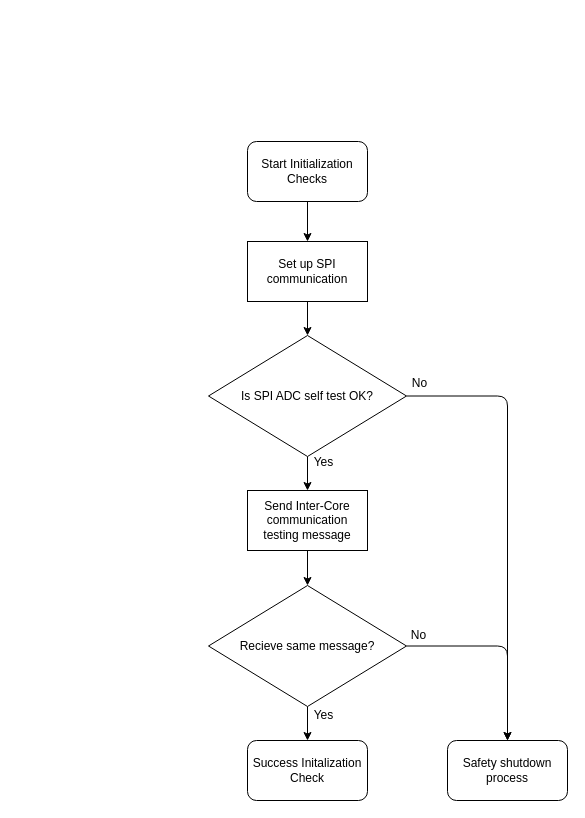
Earlier version of the draw.io diagram schematic/05-sw-flow-initialization-check.drawio (petrkucerak/diplom-thesis). Source tidied: cells renumbered, new cells numbered last; positions are measured from the earlier drawing's top-left corner, leaving out a move shared by most shapes. Both pictures are drawn from the tidied source at 100%, with x=0, y=0 at pixel (208, 141).
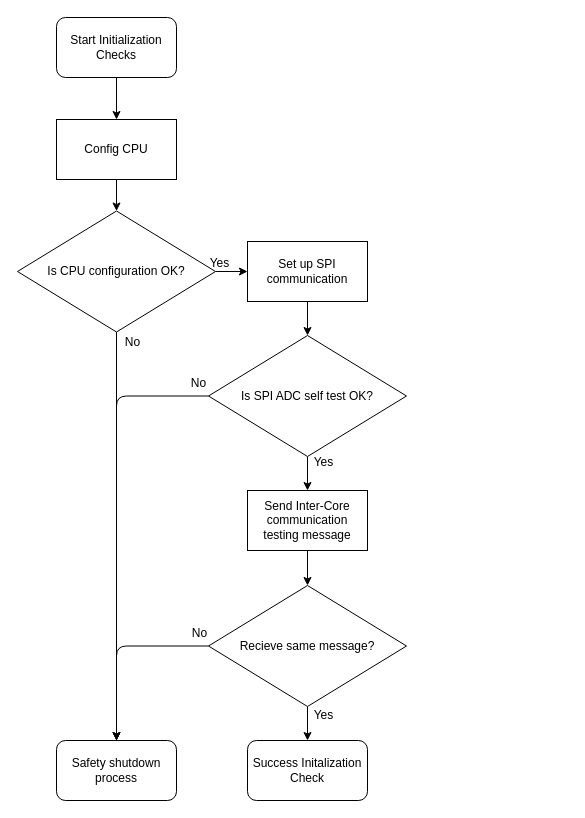
Above is the later version.

Unchanged cells that the change refers to:
```xml
<mxCell id="5" value="Set up SPI communication" style="rounded=0;whiteSpace=wrap;html=1;fontSize=12;" parent="1" vertex="1">
  <mxGeometry x="39" y="100" width="120" height="60" as="geometry" />
</mxCell>
<mxCell id="13" value="Is SPI ADC self test OK?" style="rhombus;whiteSpace=wrap;html=1;fontSize=12;" parent="1" vertex="1">
  <mxGeometry y="194" width="198" height="121" as="geometry" />
</mxCell>
<mxCell id="18" value="&lt;span style=&quot;color: rgb(0, 0, 0);&quot;&gt;Recieve same message?&lt;/span&gt;" style="rhombus;whiteSpace=wrap;html=1;fontSize=12;" parent="1" vertex="1">
  <mxGeometry y="444" width="198" height="121" as="geometry" />
</mxCell>
```

Change to the diagram source:
```diff
@@
-    <mxCell id="2" style="edgeStyle=none;html=1;exitX=0.5;exitY=1;exitDx=0;exitDy=0;fontSize=12;" parent="1" edge="1" source="3" target="5">
-      <mxGeometry relative="1" as="geometry" />
-    </mxCell>
+    <mxCell id="20" style="edgeStyle=none;html=1;" parent="1" edge="1" source="3" target="22">
+      <mxGeometry relative="1" as="geometry" />
+    </mxCell>
     <mxCell id="3" value="Start Initialization Checks" style="rounded=1;whiteSpace=wrap;html=1;fontSize=12;" parent="1" vertex="1">
-      <mxGeometry x="39" width="120" height="60" as="geometry" />
+      <mxGeometry x="-152" y="-124" width="120" height="60" as="geometry" />
     </mxCell>
@@
-    <mxCell id="11" style="edgeStyle=orthogonalEdgeStyle;html=1;exitX=1;exitY=0.5;exitDx=0;exitDy=0;fontSize=12;entryX=0.5;entryY=0;entryDx=0;entryDy=0;" parent="1" edge="1" source="13" target="19">
+    <mxCell id="11" style="edgeStyle=orthogonalEdgeStyle;html=1;exitX=0;exitY=0.5;exitDx=0;exitDy=0;fontSize=12;entryX=0.5;entryY=0;entryDx=0;entryDy=0;" parent="1" edge="1" source="13" target="19">
       <mxGeometry relative="1" as="geometry" />
     </mxCell>
     <mxCell id="12" value="No" style="edgeLabel;html=1;align=center;verticalAlign=middle;fontSize=12;" parent="11" vertex="1">
       <mxGeometry x="-0.1" y="1" relative="1" as="geometry">
-        <mxPoint x="-90" y="-112" as="offset" />
+        <mxPoint x="80" y="-117" as="offset" />
       </mxGeometry>
     </mxCell>
@@
-    <mxCell id="16" style="edgeStyle=orthogonalEdgeStyle;html=1;exitX=1;exitY=0.5;exitDx=0;exitDy=0;fontSize=12;entryX=0.5;entryY=0;entryDx=0;entryDy=0;" parent="1" edge="1" source="18" target="19">
+    <mxCell id="16" style="edgeStyle=orthogonalEdgeStyle;html=1;exitX=0;exitY=0.5;exitDx=0;exitDy=0;fontSize=12;entryX=0.5;entryY=0;entryDx=0;entryDy=0;" parent="1" edge="1" source="18" target="19">
       <mxGeometry relative="1" as="geometry" />
     </mxCell>
     <mxCell id="17" value="&lt;font&gt;No&lt;/font&gt;" style="edgeLabel;html=1;align=center;verticalAlign=middle;fontSize=12;" parent="16" vertex="1">
       <mxGeometry x="-0.71" y="-1" relative="1" as="geometry">
-        <mxPoint x="-17" y="-12" as="offset" />
+        <mxPoint x="17" y="-12" as="offset" />
       </mxGeometry>
     </mxCell>
@@
     <mxCell id="19" value="Safety shutdown process" style="rounded=1;whiteSpace=wrap;html=1;fontSize=12;" parent="1" vertex="1">
-      <mxGeometry x="239" y="599" width="120" height="60" as="geometry" />
+      <mxGeometry x="-152" y="599" width="120" height="60" as="geometry" />
     </mxCell>
+    <mxCell id="21" style="edgeStyle=none;html=1;" parent="1" edge="1" source="22" target="27">
+      <mxGeometry relative="1" as="geometry" />
+    </mxCell>
+    <mxCell id="22" value="Config CPU" style="rounded=0;whiteSpace=wrap;html=1;fontSize=12;" parent="1" vertex="1">
+      <mxGeometry x="-152" y="-22" width="120" height="60" as="geometry" />
+    </mxCell>
+    <mxCell id="23" style="edgeStyle=none;html=1;entryX=0.5;entryY=0;entryDx=0;entryDy=0;" parent="1" edge="1" source="27" target="19">
+      <mxGeometry relative="1" as="geometry" />
+    </mxCell>
+    <mxCell id="24" value="No" style="edgeLabel;html=1;align=center;verticalAlign=middle;fontSize=12;" parent="23" vertex="1">
+      <mxGeometry x="-0.92" relative="1" as="geometry">
+        <mxPoint x="15" y="-6" as="offset" />
+      </mxGeometry>
+    </mxCell>
+    <mxCell id="25" style="edgeStyle=none;html=1;exitX=1;exitY=0.5;exitDx=0;exitDy=0;entryX=0;entryY=0.5;entryDx=0;entryDy=0;" parent="1" edge="1" source="27" target="5">
+      <mxGeometry relative="1" as="geometry" />
+    </mxCell>
+    <mxCell id="26" value="Yes" style="edgeLabel;html=1;align=center;verticalAlign=middle;fontSize=12;" parent="25" vertex="1">
+      <mxGeometry x="-0.41" relative="1" as="geometry">
+        <mxPoint x="-6" y="-9" as="offset" />
+      </mxGeometry>
+    </mxCell>
+    <mxCell id="27" value="Is CPU configuration OK?" style="rhombus;whiteSpace=wrap;html=1;fontSize=12;" parent="1" vertex="1">
+      <mxGeometry x="-191" y="69.5" width="198" height="121" as="geometry" />
+    </mxCell>
```
